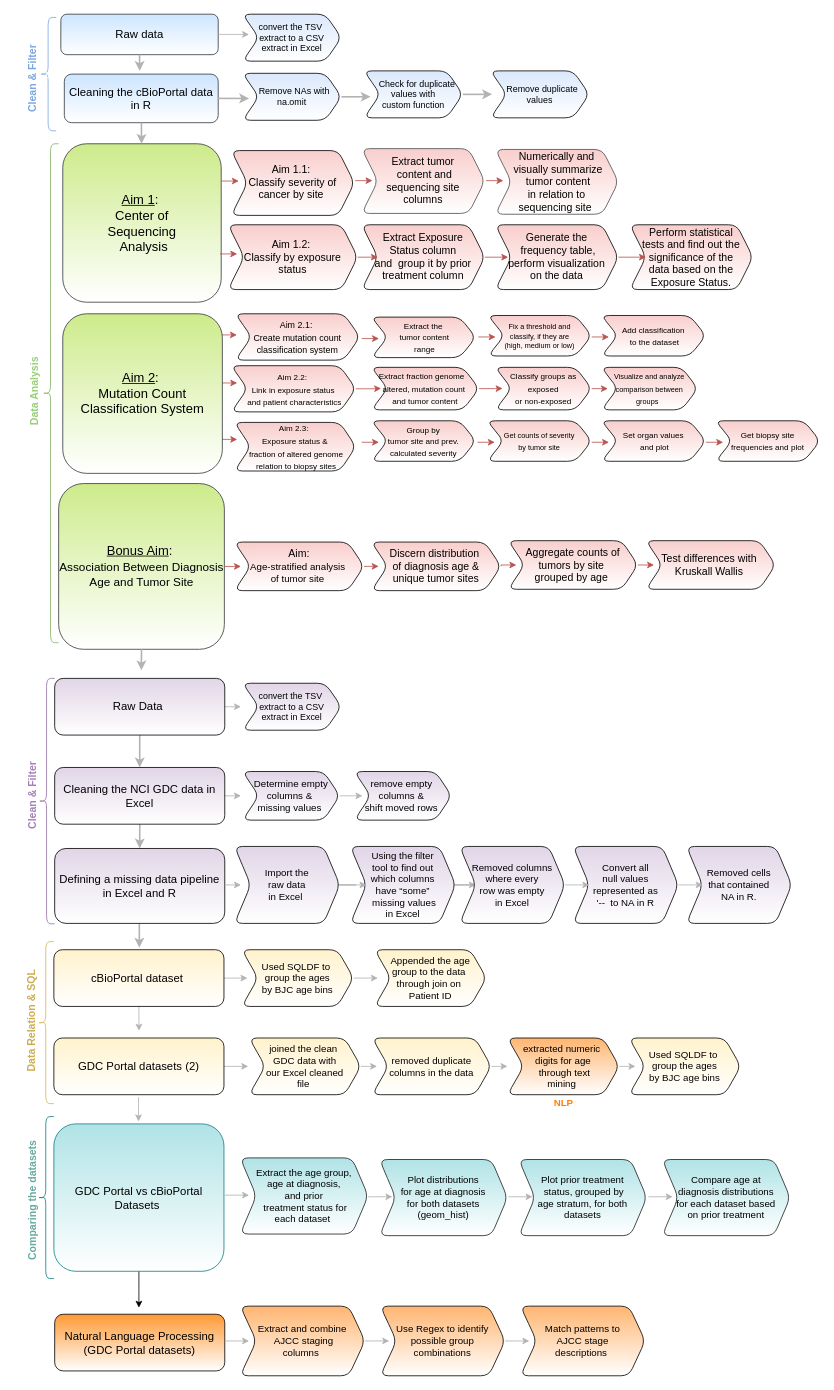
Earlier version of the draw.io diagram Updated_img.drawio (aiy-wish/Data-Wrangling-Project). Source tidied: cells renumbered, new cells numbered last; positions are measured from the earlier drawing's top-left corner, leaving out a move shared by most shapes. Both pictures are drawn from the tidied source at 81%, with x=0, y=0 at pixel (-32, 14).
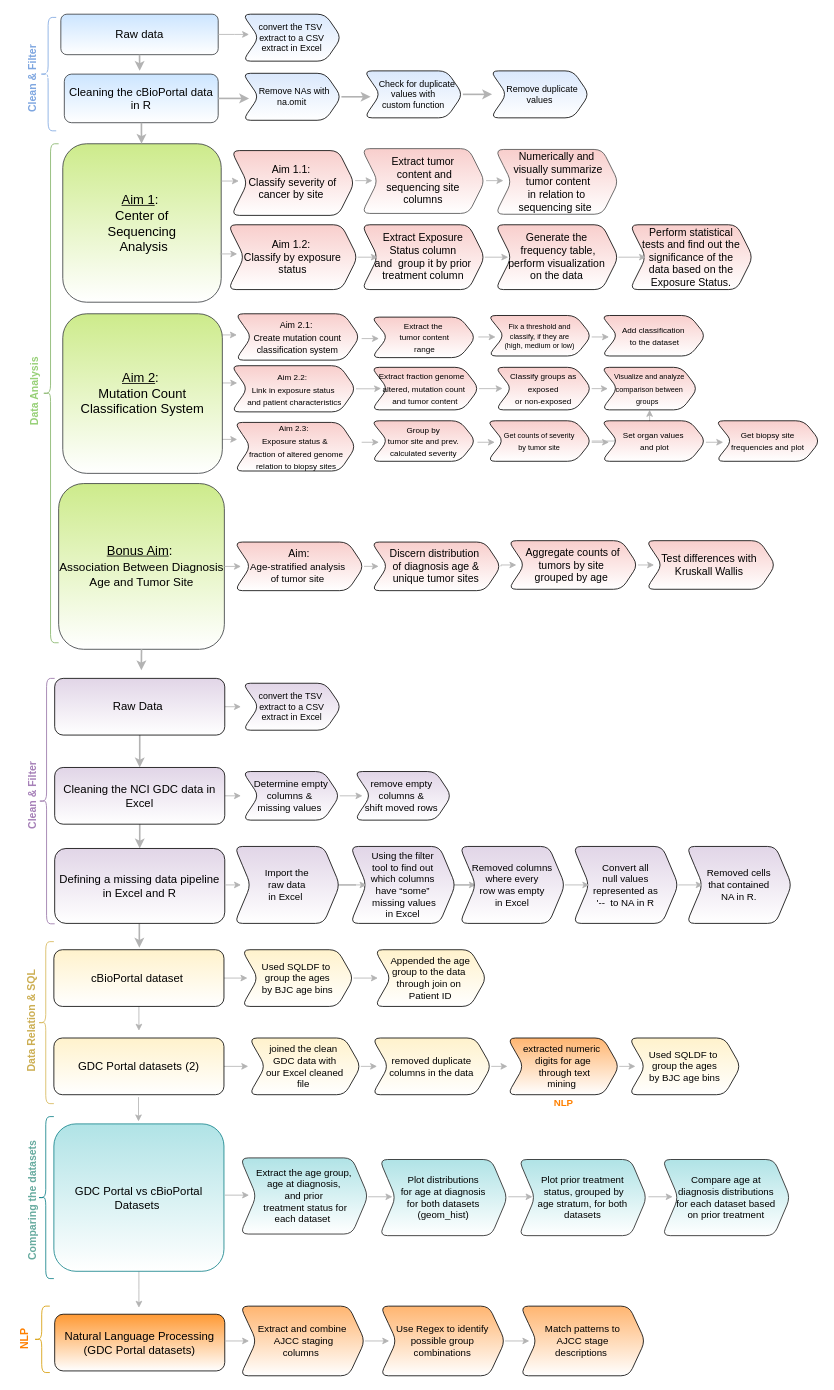
After the change.

The change refers to these unchanged cells:
```xml
<mxCell id="3" style="group;" parent="2" vertex="1">
  <mxGeometry x="41" width="560" height="780" as="geometry" />
</mxCell>
<mxCell id="7" style="group;" parent="3" vertex="1">
  <mxGeometry x="-9.1" width="400" height="562.9" as="geometry" />
</mxCell>
<mxCell id="12" value="&lt;span style=&quot;color: rgb(0 , 0 , 0)&quot;&gt;Aim 1.2:&amp;nbsp;&lt;/span&gt;&lt;br style=&quot;color: rgb(0 , 0 , 0)&quot;&gt;&lt;span id=&quot;docs-internal-guid-430a61ab-7fff-0e5c-0323-d102c36e70b5&quot; style=&quot;color: rgb(0 , 0 , 0)&quot;&gt;&lt;span style=&quot;font-family: &amp;#34;arial&amp;#34; ; background-color: transparent ; vertical-align: baseline&quot;&gt;Classify by exposure status&lt;/span&gt;&lt;/span&gt;" style="shape=step;perimeter=stepPerimeter;whiteSpace=wrap;html=1;fixedSize=1;rounded=1;fontSize=13;verticalAlign=middle;fillColor=#f8cecc;strokeColor=default;gradientColor=#ffffff;" parent="7" vertex="1">
  <mxGeometry x="232.1" y="256" width="160" height="80" as="geometry" />
</mxCell>
<mxCell id="14" value="&lt;span style=&quot;font-size: 10px&quot;&gt;Aim 2.2:&amp;nbsp;&lt;/span&gt;&lt;br style=&quot;font-size: 10px&quot;&gt;&lt;span id=&quot;docs-internal-guid-430a61ab-7fff-0e5c-0323-d102c36e70b5&quot; style=&quot;font-size: 10px&quot;&gt;&lt;span style=&quot;font-family: &amp;#34;arial&amp;#34; ; background-color: transparent ; vertical-align: baseline&quot;&gt;Link in exposure status&lt;br&gt;&amp;nbsp;and patient characteristics&lt;br&gt;&lt;/span&gt;&lt;/span&gt;" style="shape=step;perimeter=stepPerimeter;whiteSpace=wrap;html=1;fixedSize=1;rounded=1;fontSize=13;verticalAlign=middle;fillColor=#f8cecc;strokeColor=default;gradientColor=#ffffff;" parent="7" vertex="1">
  <mxGeometry x="236.1" y="430" width="153.9" height="57" as="geometry" />
</mxCell>
<mxCell id="24" value="&lt;font style=&quot;font-size: 16px&quot;&gt;&lt;u&gt;Bonus Aim&lt;/u&gt;:&amp;nbsp;&lt;br&gt;&lt;span id=&quot;docs-internal-guid-02cd7383-7fff-e907-d800-ce4748073192&quot;&gt;&lt;span style=&quot;font-size: 10.9091pt ; font-family: &amp;#34;arial&amp;#34; ; background-color: transparent ; vertical-align: baseline&quot;&gt;Association Between Diagnosis Age and Tumor Site&lt;/span&gt;&lt;/span&gt;&lt;br&gt;&lt;/font&gt;" style="whiteSpace=wrap;html=1;fontSize=12;fillColor=#cdeb8b;align=center;fontStyle=0;strokeColor=#36393d;rounded=1;gradientColor=#ffffff;" parent="3" vertex="1">
  <mxGeometry x="13.9" y="575.5" width="204.6" height="204.6" as="geometry" />
</mxCell>
<mxCell id="32" value="&lt;font style=&quot;font-size: 10px&quot;&gt;Extract fraction genome&amp;nbsp; &amp;nbsp; altered, mutation count&amp;nbsp; &lt;br&gt;and tumor content&lt;/font&gt;" style="shape=step;perimeter=stepPerimeter;whiteSpace=wrap;html=1;fixedSize=1;rounded=1;fontSize=13;verticalAlign=middle;fillColor=#f8cecc;strokeColor=default;gradientColor=#ffffff;" parent="3" vertex="1">
  <mxGeometry x="400" y="432" width="133" height="52.5" as="geometry" />
</mxCell>
<mxCell id="34" value="Aim:&lt;br&gt;&lt;font style=&quot;font-size: 12px&quot;&gt;Age-stratified analysis&amp;nbsp;&lt;br&gt;of tumor site&lt;/font&gt;&amp;nbsp;" style="shape=step;perimeter=stepPerimeter;whiteSpace=wrap;html=1;fixedSize=1;rounded=1;fontSize=13;verticalAlign=middle;fillColor=#f8cecc;strokeColor=default;gradientColor=#ffffff;" parent="3" vertex="1">
  <mxGeometry x="230.9" y="647.7" width="160" height="60" as="geometry" />
</mxCell>
<mxCell id="36" value="Discern distribution&amp;nbsp;&lt;br&gt;of diagnosis age &amp;amp;&lt;br&gt;unique tumor sites" style="shape=step;perimeter=stepPerimeter;whiteSpace=wrap;html=1;fixedSize=1;rounded=1;fontSize=13;verticalAlign=middle;fillColor=#f8cecc;strokeColor=default;gradientColor=#ffffff;" parent="3" vertex="1">
  <mxGeometry x="400" y="647.7" width="160" height="60" as="geometry" />
</mxCell>
<mxCell id="44" value="&lt;span style=&quot;font-size: 9px&quot;&gt;Get counts of severity &lt;br&gt;by tumor site&lt;/span&gt;" style="shape=step;perimeter=stepPerimeter;whiteSpace=wrap;html=1;fixedSize=1;rounded=1;fillColor=#f8cecc;strokeColor=default;gradientColor=#ffffff;" parent="1" vertex="1">
  <mxGeometry x="641" y="502" width="129" height="50" as="geometry" />
</mxCell>
<mxCell id="51" value="&lt;font style=&quot;font-size: 10px&quot;&gt;Classify groups as exposed &lt;br&gt;or non-exposed&lt;/font&gt;" style="shape=step;perimeter=stepPerimeter;whiteSpace=wrap;html=1;fixedSize=1;rounded=1;fontSize=13;verticalAlign=middle;fillColor=#f8cecc;strokeColor=default;gradientColor=#ffffff;" parent="1" vertex="1">
  <mxGeometry x="651" y="436" width="119" height="52.5" as="geometry" />
</mxCell>
<mxCell id="53" value="&lt;font style=&quot;font-size: 9px&quot;&gt;Visualize and analyze &lt;br&gt;comparison between &lt;br&gt;groups&amp;nbsp;&amp;nbsp;&lt;/font&gt;" style="shape=step;perimeter=stepPerimeter;whiteSpace=wrap;html=1;fixedSize=1;rounded=1;fontSize=13;verticalAlign=middle;fillColor=#f8cecc;strokeColor=default;gradientColor=#ffffff;" parent="1" vertex="1">
  <mxGeometry x="782" y="436" width="119" height="52.5" as="geometry" />
</mxCell>
<mxCell id="69" value="Aggregate counts of&lt;br&gt;tumors by site&amp;nbsp;&lt;br&gt;grouped by age&amp;nbsp;" style="shape=step;perimeter=stepPerimeter;whiteSpace=wrap;html=1;fixedSize=1;rounded=1;fontSize=13;verticalAlign=middle;fillColor=#f8cecc;strokeColor=default;gradientColor=#ffffff;" parent="1" vertex="1">
  <mxGeometry x="667" y="650" width="160" height="60" as="geometry" />
</mxCell>
<mxCell id="75" value="Extract Exposure &lt;br&gt;Status column &lt;br&gt;and&amp;nbsp; group it by prior treatment column" style="shape=step;perimeter=stepPerimeter;whiteSpace=wrap;html=1;fixedSize=1;rounded=1;fontSize=13;verticalAlign=middle;fillColor=#f8cecc;strokeColor=default;gradientColor=#ffffff;" parent="1" vertex="1">
  <mxGeometry x="486" y="260" width="152" height="80" as="geometry" />
</mxCell>
<mxCell id="76" value="&lt;font style=&quot;font-size: 13px&quot;&gt;Generate the&lt;br&gt;&amp;nbsp;frequency&amp;nbsp;table, &lt;br&gt;perform visualization &lt;br&gt;on the data&lt;/font&gt;" style="shape=step;perimeter=stepPerimeter;whiteSpace=wrap;html=1;fixedSize=1;rounded=1;fontSize=13;verticalAlign=middle;fillColor=#f8cecc;strokeColor=default;gradientColor=#ffffff;" parent="1" vertex="1">
  <mxGeometry x="651" y="260" width="152" height="80" as="geometry" />
</mxCell>
<mxCell id="78" value="&lt;font style=&quot;font-size: 13px&quot;&gt;Perform statistical &lt;br&gt;tests and find out the significance of the &lt;br&gt;data based on the Exposure Status.&lt;/font&gt;" style="shape=step;perimeter=stepPerimeter;whiteSpace=wrap;html=1;fixedSize=1;rounded=1;fontSize=13;verticalAlign=middle;fillColor=#f8cecc;strokeColor=default;gradientColor=#ffffff;" parent="1" vertex="1">
  <mxGeometry x="817" y="260" width="152" height="80" as="geometry" />
</mxCell>
<mxCell id="119" value="GDC Portal vs cBioPortal Datasets&amp;nbsp;" style="rounded=1;whiteSpace=wrap;html=1;fontSize=14;strokeColor=#0e8088;fillColor=#b0e3e6;align=center;gradientColor=#ffffff;" parent="1" vertex="1">
  <mxGeometry x="106" y="1370" width="210" height="182" as="geometry" />
</mxCell>
```

Change to the diagram source:
```diff
@@
-    <mxCell id="4" style="endArrow=classic;html=1;rounded=0;fontSize=16;fillColor=#f8cecc;strokeColor=#b85450;" parent="3" edge="1">
+    <mxCell id="4" style="endArrow=classic;html=1;rounded=0;fontSize=16;fillColor=#f8cecc;strokeColor=#B3B3B3;" parent="3" edge="1">
       <mxGeometry relative="1" as="geometry">
         <mxPoint x="213" y="392" as="sourcePoint" />
         <mxPoint x="234.4" y="392" as="targetPoint" />
         <Array as="points">
           <mxPoint x="234" y="392" />
         </Array>
       </mxGeometry>
     </mxCell>
-    <mxCell id="5" style="endArrow=classic;html=1;rounded=0;fontSize=16;fillColor=#f8cecc;strokeColor=#b85450;" parent="3" edge="1">
+    <mxCell id="5" style="endArrow=classic;html=1;rounded=0;fontSize=16;fillColor=#f8cecc;strokeColor=#B3B3B3;" parent="3" edge="1">
       <mxGeometry relative="1" as="geometry">
         <mxPoint x="213" y="451.3" as="sourcePoint" />
         <mxPoint x="234.4" y="451.3" as="targetPoint" />
       </mxGeometry>
     </mxCell>
-    <mxCell id="6" style="endArrow=classic;html=1;rounded=0;fontSize=16;fillColor=#f8cecc;strokeColor=#b85450;" parent="3" edge="1">
+    <mxCell id="6" style="endArrow=classic;html=1;rounded=0;fontSize=16;fillColor=#f8cecc;strokeColor=#B3B3B3;" parent="3" edge="1">
       <mxGeometry relative="1" as="geometry">
         <mxPoint x="213" y="520.9" as="sourcePoint" />
         <mxPoint x="234.4" y="521" as="targetPoint" />
       </mxGeometry>
     </mxCell>
@@
-    <mxCell id="17" style="endArrow=classic;html=1;rounded=0;fontSize=16;fillColor=#f8cecc;strokeColor=#b85450;" parent="7" edge="1">
+    <mxCell id="17" style="endArrow=classic;html=1;rounded=0;fontSize=16;fillColor=#f8cecc;strokeColor=#B3B3B3;" parent="7" edge="1">
       <mxGeometry relative="1" as="geometry">
         <mxPoint x="222.1" y="292" as="sourcePoint" />
         <mxPoint x="243.5" y="292" as="targetPoint" />
       </mxGeometry>
     </mxCell>
-    <mxCell id="18" style="endArrow=classic;html=1;rounded=0;fontSize=16;fillColor=#f8cecc;strokeColor=#b85450;" parent="7" edge="1">
+    <mxCell id="18" style="endArrow=classic;html=1;rounded=0;fontSize=16;fillColor=#f8cecc;strokeColor=#B3B3B3;" parent="7" edge="1">
       <mxGeometry relative="1" as="geometry">
         <mxPoint x="224.1" y="202" as="sourcePoint" />
         <mxPoint x="245.5" y="202" as="targetPoint" />
       </mxGeometry>
     </mxCell>
@@
-    <mxCell id="26" style="endArrow=classic;html=1;rounded=0;fontSize=16;fillColor=#f8cecc;strokeColor=#b85450;" parent="3" edge="1">
+    <mxCell id="26" style="endArrow=classic;html=1;rounded=0;fontSize=16;fillColor=#f8cecc;strokeColor=#B3B3B3;" parent="3" edge="1">
       <mxGeometry relative="1" as="geometry">
         <mxPoint x="380" y="201.5" as="sourcePoint" />
         <mxPoint x="401.4" y="201.5" as="targetPoint" />
       </mxGeometry>
     </mxCell>
@@
-    <mxCell id="28" style="endArrow=classic;html=1;rounded=0;fontSize=16;fillColor=#f8cecc;strokeColor=#b85450;" parent="3" edge="1">
+    <mxCell id="28" style="endArrow=classic;html=1;rounded=0;fontSize=16;fillColor=#f8cecc;strokeColor=#B3B3B3;" parent="3" edge="1">
       <mxGeometry relative="1" as="geometry">
         <mxPoint x="388" y="396.5" as="sourcePoint" />
         <mxPoint x="409.4" y="396.5" as="targetPoint" />
       </mxGeometry>
     </mxCell>
@@
-    <mxCell id="30" style="endArrow=classic;html=1;rounded=0;fontSize=16;fillColor=#f8cecc;strokeColor=#b85450;" parent="3" edge="1">
+    <mxCell id="30" style="endArrow=classic;html=1;rounded=0;fontSize=16;fillColor=#f8cecc;strokeColor=#B3B3B3;" parent="3" edge="1">
       <mxGeometry relative="1" as="geometry">
         <mxPoint x="388" y="524.5" as="sourcePoint" />
         <mxPoint x="409.4" y="524.5" as="targetPoint" />
       </mxGeometry>
     </mxCell>
-    <mxCell id="31" style="endArrow=classic;html=1;rounded=0;fontSize=16;fillColor=#f8cecc;strokeColor=#b85450;" parent="3" edge="1">
+    <mxCell id="31" style="endArrow=classic;html=1;rounded=0;fontSize=16;fillColor=#f8cecc;strokeColor=#B3B3B3;" parent="3" edge="1">
       <mxGeometry relative="1" as="geometry">
         <mxPoint x="541.6" y="201.5" as="sourcePoint" />
         <mxPoint x="563" y="201.5" as="targetPoint" />
       </mxGeometry>
     </mxCell>
@@
-    <mxCell id="33" style="edgeStyle=orthogonalEdgeStyle;rounded=0;jettySize=auto;html=1;fillColor=#f8cecc;strokeColor=#B85450;" parent="3" edge="1" source="14">
+    <mxCell id="33" style="edgeStyle=orthogonalEdgeStyle;rounded=0;jettySize=auto;html=1;fillColor=#f8cecc;strokeColor=#B3B3B3;" parent="3" edge="1" source="14">
       <mxGeometry relative="1" as="geometry">
         <mxPoint x="412" y="458" as="targetPoint" />
         <Array as="points">
           <mxPoint x="402" y="458" />
           <mxPoint x="402" y="458" />
         </Array>
       </mxGeometry>
     </mxCell>
@@
-    <mxCell id="41" style="endArrow=classic;html=1;rounded=0;fontSize=16;fillColor=#f8cecc;strokeColor=#b85450;" parent="1" edge="1">
+    <mxCell id="41" style="endArrow=classic;html=1;rounded=0;fontSize=16;fillColor=#f8cecc;strokeColor=#B3B3B3;" parent="1" edge="1">
       <mxGeometry relative="1" as="geometry">
         <mxPoint x="630" y="398.5" as="sourcePoint" />
         <mxPoint x="651.4" y="398.5" as="targetPoint" />
       </mxGeometry>
     </mxCell>
@@
-    <mxCell id="43" style="endArrow=classic;html=1;rounded=0;fontSize=16;fillColor=#f8cecc;strokeColor=#b85450;" parent="1" edge="1">
+    <mxCell id="43" style="endArrow=classic;html=1;rounded=0;fontSize=16;fillColor=#f8cecc;strokeColor=#B3B3B3;" parent="1" edge="1">
       <mxGeometry relative="1" as="geometry">
         <mxPoint x="770" y="398.5" as="sourcePoint" />
         <mxPoint x="791.4" y="398.5" as="targetPoint" />
       </mxGeometry>
     </mxCell>
+    <mxCell id="137" style="edgeStyle=orthogonalEdgeStyle;rounded=0;jettySize=auto;html=1;strokeColor=#B3B3B3;" parent="1" edge="1" source="44" target="53">
+      <mxGeometry relative="1" as="geometry" />
+    </mxCell>
@@
-    <mxCell id="45" style="endArrow=classic;html=1;rounded=0;fontSize=16;fillColor=#f8cecc;strokeColor=#b85450;" parent="1" edge="1">
+    <mxCell id="45" style="endArrow=classic;html=1;rounded=0;fontSize=16;fillColor=#f8cecc;strokeColor=#B3B3B3;" parent="1" edge="1">
       <mxGeometry relative="1" as="geometry">
         <mxPoint x="629" y="528.5" as="sourcePoint" />
         <mxPoint x="650.4" y="528.5" as="targetPoint" />
       </mxGeometry>
     </mxCell>
@@
-    <mxCell id="47" style="endArrow=classic;html=1;rounded=0;fontSize=16;fillColor=#f8cecc;strokeColor=#b85450;" parent="1" edge="1">
+    <mxCell id="47" style="endArrow=classic;html=1;rounded=0;fontSize=16;fillColor=#f8cecc;strokeColor=#B3B3B3;" parent="1" edge="1">
       <mxGeometry relative="1" as="geometry">
         <mxPoint x="770" y="528.5" as="sourcePoint" />
         <mxPoint x="791.4" y="528.5" as="targetPoint" />
       </mxGeometry>
     </mxCell>
@@
-    <mxCell id="49" style="endArrow=classic;html=1;rounded=0;fontSize=16;fillColor=#f8cecc;strokeColor=#b85450;" parent="1" edge="1">
+    <mxCell id="49" style="endArrow=classic;html=1;rounded=0;fontSize=16;fillColor=#f8cecc;strokeColor=#B3B3B3;" parent="1" edge="1">
       <mxGeometry relative="1" as="geometry">
         <mxPoint x="911" y="528.5" as="sourcePoint" />
         <mxPoint x="932.4" y="528.5" as="targetPoint" />
       </mxGeometry>
     </mxCell>
-    <mxCell id="50" style="edgeStyle=orthogonalEdgeStyle;rounded=0;jettySize=auto;html=1;fontSize=8;strokeColor=#B85450;" parent="1" edge="1" source="51">
+    <mxCell id="50" style="edgeStyle=orthogonalEdgeStyle;rounded=0;jettySize=auto;html=1;fontSize=8;strokeColor=#B3B3B3;" parent="1" edge="1" source="51">
       <mxGeometry relative="1" as="geometry">
         <mxPoint x="790" y="462" as="targetPoint" />
       </mxGeometry>
     </mxCell>
@@
-    <mxCell id="52" style="edgeStyle=orthogonalEdgeStyle;rounded=0;jettySize=auto;html=1;strokeColor=#B85450;" parent="1" edge="1" source="32">
+    <mxCell id="52" style="edgeStyle=orthogonalEdgeStyle;rounded=0;jettySize=auto;html=1;strokeColor=#B3B3B3;" parent="1" edge="1" source="32">
       <mxGeometry relative="1" as="geometry">
         <mxPoint x="660" y="462" as="targetPoint" />
       </mxGeometry>
     </mxCell>
@@
-    <mxCell id="66" style="edgeStyle=orthogonalEdgeStyle;rounded=0;jettySize=auto;html=1;exitX=1;exitY=0.5;exitDx=0;exitDy=0;fontSize=10;fillColor=#f8cecc;strokeColor=#b85450;" parent="1" edge="1" source="24">
+    <mxCell id="66" style="edgeStyle=orthogonalEdgeStyle;rounded=0;jettySize=auto;html=1;exitX=1;exitY=0.5;exitDx=0;exitDy=0;fontSize=10;fillColor=#f5f5f5;strokeColor=#B3B3B3;" parent="1" edge="1" source="24">
       <mxGeometry relative="1" as="geometry">
         <mxPoint x="337" y="682" as="targetPoint" />
       </mxGeometry>
     </mxCell>
-    <mxCell id="67" style="edgeStyle=orthogonalEdgeStyle;rounded=0;jettySize=auto;html=1;exitX=1;exitY=0.5;exitDx=0;exitDy=0;fontSize=12;fillColor=#f8cecc;strokeColor=#b85450;" parent="1" edge="1" source="34">
+    <mxCell id="67" style="edgeStyle=orthogonalEdgeStyle;rounded=0;jettySize=auto;html=1;exitX=1;exitY=0.5;exitDx=0;exitDy=0;fontSize=12;fillColor=#f8cecc;strokeColor=#B3B3B3;" parent="1" edge="1" source="34">
       <mxGeometry relative="1" as="geometry">
         <mxPoint x="507" y="682" as="targetPoint" />
       </mxGeometry>
     </mxCell>
-    <mxCell id="68" style="edgeStyle=orthogonalEdgeStyle;rounded=0;jettySize=auto;html=1;exitX=1;exitY=0.5;exitDx=0;exitDy=0;fontSize=12;fillColor=#f8cecc;strokeColor=#b85450;" parent="1" edge="1" source="69">
+    <mxCell id="68" style="edgeStyle=orthogonalEdgeStyle;rounded=0;jettySize=auto;html=1;exitX=1;exitY=0.5;exitDx=0;exitDy=0;fontSize=12;fillColor=#f8cecc;strokeColor=#B3B3B3;" parent="1" edge="1" source="69">
       <mxGeometry relative="1" as="geometry">
         <mxPoint x="847" y="680" as="targetPoint" />
       </mxGeometry>
     </mxCell>
@@
-    <mxCell id="72" style="edgeStyle=orthogonalEdgeStyle;rounded=0;jettySize=auto;html=1;exitX=1;exitY=0.5;exitDx=0;exitDy=0;fontSize=12;fillColor=#f8cecc;strokeColor=#b85450;" parent="1" edge="1" source="36">
+    <mxCell id="72" style="edgeStyle=orthogonalEdgeStyle;rounded=0;jettySize=auto;html=1;exitX=1;exitY=0.5;exitDx=0;exitDy=0;fontSize=12;fillColor=#f8cecc;strokeColor=#B3B3B3;" parent="1" edge="1" source="36">
       <mxGeometry relative="1" as="geometry">
         <mxPoint x="677" y="680" as="targetPoint" />
         <Array as="points">
           <mxPoint x="658" y="680" />
         </Array>
       </mxGeometry>
     </mxCell>
@@
-    <mxCell id="77" style="endArrow=classic;html=1;rounded=0;fontSize=16;fillColor=#f8cecc;strokeColor=#b85450;exitX=1;exitY=0.5;exitDx=0;exitDy=0;" parent="1" edge="1" source="75">
+    <mxCell id="77" style="endArrow=classic;html=1;rounded=0;fontSize=16;fillColor=#f8cecc;strokeColor=#B3B3B3;exitX=1;exitY=0.5;exitDx=0;exitDy=0;" parent="1" edge="1" source="75">
       <mxGeometry relative="1" as="geometry">
         <mxPoint x="667" y="300" as="targetPoint" />
       </mxGeometry>
     </mxCell>
@@
-    <mxCell id="79" style="endArrow=classic;html=1;rounded=0;fontSize=16;fillColor=#f8cecc;strokeColor=#b85450;entryX=0;entryY=0.5;entryDx=0;entryDy=0;exitX=1;exitY=0.5;exitDx=0;exitDy=0;" parent="1" edge="1" source="76" target="78">
+    <mxCell id="79" style="endArrow=classic;html=1;rounded=0;fontSize=16;fillColor=#f8cecc;strokeColor=#B3B3B3;entryX=0;entryY=0.5;entryDx=0;entryDy=0;exitX=1;exitY=0.5;exitDx=0;exitDy=0;" parent="1" edge="1" source="76" target="78">
       <mxGeometry relative="1" as="geometry" />
     </mxCell>
-    <mxCell id="80" style="endArrow=classic;html=1;rounded=0;fontSize=16;fillColor=#f8cecc;strokeColor=#b85450;exitX=1;exitY=0.5;exitDx=0;exitDy=0;entryX=0;entryY=0.5;entryDx=0;entryDy=0;" parent="1" edge="1" source="12" target="75">
+    <mxCell id="80" style="endArrow=classic;html=1;rounded=0;fontSize=16;fillColor=#f8cecc;strokeColor=#B3B3B3;exitX=1;exitY=0.5;exitDx=0;exitDy=0;entryX=0;entryY=0.5;entryDx=0;entryDy=0;" parent="1" edge="1" source="12" target="75">
       <mxGeometry relative="1" as="geometry" />
     </mxCell>
@@
-    <mxCell id="118" style="edgeStyle=orthogonalEdgeStyle;rounded=0;jettySize=auto;html=1;exitX=0.5;exitY=1;exitDx=0;exitDy=0;" parent="1" edge="1" source="119">
+    <mxCell id="118" style="edgeStyle=orthogonalEdgeStyle;rounded=0;jettySize=auto;html=1;exitX=0.5;exitY=1;exitDx=0;exitDy=0;strokeColor=#B3B3B3;" parent="1" edge="1" source="119">
       <mxGeometry relative="1" as="geometry">
         <mxPoint x="211" y="1597" as="targetPoint" />
       </mxGeometry>
     </mxCell>
@@
+    <mxCell id="138" style="shape=curlyBracket;whiteSpace=wrap;html=1;rounded=1;fontSize=14;strokeColor=#d79b00;fillColor=#ffe6cc;align=center;" parent="1" vertex="1">
+      <mxGeometry x="81" y="1595" width="20" height="82" as="geometry" />
+    </mxCell>
+    <mxCell id="139" value="&lt;b&gt;&lt;font color=&quot;#ff8000&quot;&gt;NLP&lt;/font&gt;&lt;br&gt;&lt;/b&gt;" style="text;html=1;align=center;verticalAlign=middle;fontSize=13;rotation=-90;fillColor=none;strokeColor=none;fontColor=#67AB9F;" parent="1" vertex="1">
+      <mxGeometry x="51" y="1626" width="36" height="20" as="geometry" />
+    </mxCell>
```
